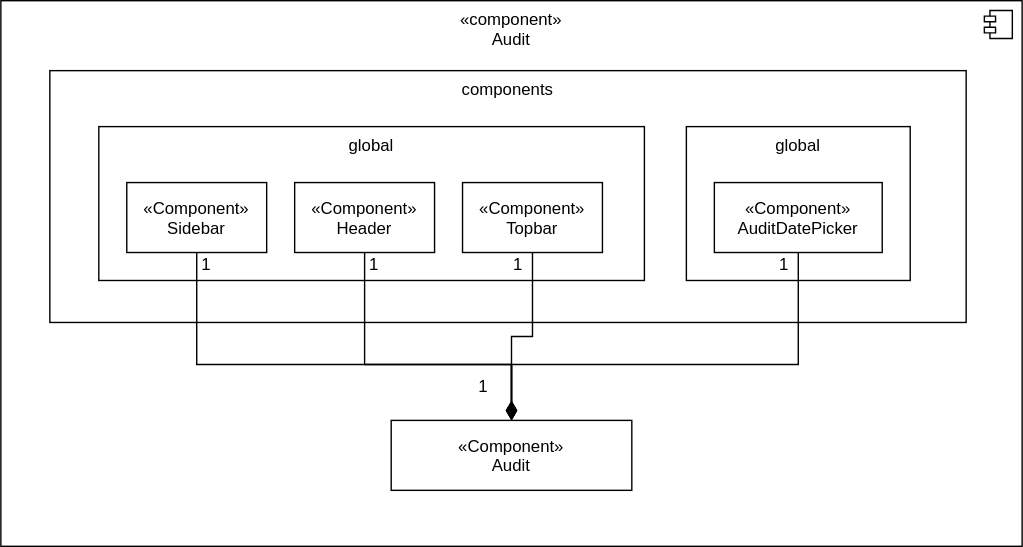
Above: src/template_thesis/diagrams/audit_browser/audit_browser_scenes_audit_class_diagram.drawio.svg in HaniAlshikh/bachelor-thesis (draw.io), before the change. Source tidied: cells renumbered, new cells last; positions are measured from the earlier drawing's top-left corner, leaving out a move shared by most shapes.
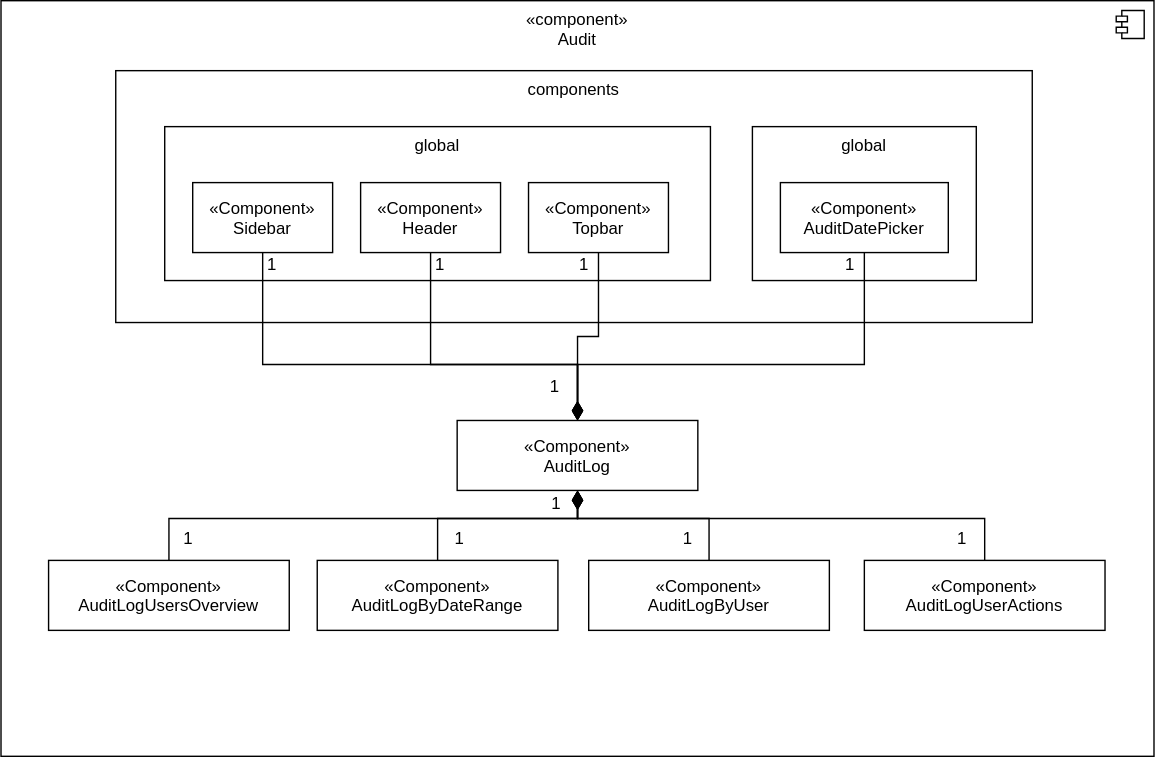
Above is the later version.

Commit message:
Add missing audit browser use-cases (#37)

Diff of the diagram source:
```diff
@@ -3,7 +3,7 @@
     <mxCell id="0" />
     <mxCell id="1" parent="0" />
     <mxCell id="2" value="«component»&#10;Audit&#10;" style="strokeWidth=1;align=center;verticalAlign=top;" parent="1" vertex="1">
-      <mxGeometry width="730" height="390" as="geometry" />
+      <mxGeometry x="-47" width="824" height="540" as="geometry" />
     </mxCell>
     <mxCell id="3" style="shape=module;jettyWidth=8;jettyHeight=4;strokeWidth=1;align=center;verticalAlign=middle;" parent="2" vertex="1">
       <mxGeometry x="1" width="20" height="20" relative="1" as="geometry">
@@ -58,11 +58,43 @@
         </Array>
       </mxGeometry>
     </mxCell>
+    <mxCell id="21" style="edgeStyle=orthogonalEdgeStyle;shape=connector;rounded=0;html=1;labelBackgroundColor=default;strokeColor=default;strokeWidth=1;fontFamily=Helvetica;fontSize=11;fontColor=default;startArrow=diamondThin;startFill=1;endArrow=none;endFill=0;startSize=11;endSize=6;" parent="1" edge="1" source="15" target="25">
+      <mxGeometry relative="1" as="geometry">
+        <Array as="points">
+          <mxPoint x="365" y="370" />
+          <mxPoint x="265" y="370" />
+        </Array>
+      </mxGeometry>
+    </mxCell>
+    <mxCell id="22" style="edgeStyle=orthogonalEdgeStyle;shape=connector;rounded=0;html=1;labelBackgroundColor=default;strokeColor=default;strokeWidth=1;fontFamily=Helvetica;fontSize=11;fontColor=default;startArrow=diamondThin;startFill=1;endArrow=none;endFill=0;startSize=11;endSize=6;" parent="1" edge="1" source="15" target="26">
+      <mxGeometry relative="1" as="geometry">
+        <Array as="points">
+          <mxPoint x="365" y="370" />
+          <mxPoint x="459" y="370" />
+        </Array>
+      </mxGeometry>
+    </mxCell>
+    <mxCell id="23" style="edgeStyle=orthogonalEdgeStyle;shape=connector;rounded=0;html=1;labelBackgroundColor=default;strokeColor=default;strokeWidth=1;fontFamily=Helvetica;fontSize=11;fontColor=default;startArrow=diamondThin;startFill=1;endArrow=none;endFill=0;startSize=11;endSize=6;" parent="1" edge="1" source="15" target="28">
+      <mxGeometry relative="1" as="geometry">
+        <Array as="points">
+          <mxPoint x="365" y="370" />
+          <mxPoint x="656" y="370" />
+        </Array>
+      </mxGeometry>
+    </mxCell>
+    <mxCell id="24" style="edgeStyle=orthogonalEdgeStyle;shape=connector;rounded=0;html=1;labelBackgroundColor=default;strokeColor=default;strokeWidth=1;fontFamily=Helvetica;fontSize=11;fontColor=default;startArrow=diamondThin;startFill=1;endArrow=none;endFill=0;startSize=11;endSize=6;" parent="1" edge="1" source="15" target="27">
+      <mxGeometry relative="1" as="geometry">
+        <Array as="points">
+          <mxPoint x="365" y="370" />
+          <mxPoint x="73" y="370" />
+        </Array>
+      </mxGeometry>
+    </mxCell>
-    <mxCell id="15" value="«Component»&#10;Audit" style="strokeWidth=1;" parent="1" vertex="1">
+    <mxCell id="15" value="«Component»&#10;AuditLog" style="strokeWidth=1;" parent="1" vertex="1">
       <mxGeometry x="279" y="300" width="172" height="50" as="geometry" />
     </mxCell>
     <mxCell id="16" value="1" style="text;align=center;verticalAlign=middle;strokeColor=none;fillColor=none;fontSize=12;fontFamily=Helvetica;fontColor=default;strokeWidth=1;" parent="1" vertex="1">
-      <mxGeometry x="330" y="260" width="30" height="30" as="geometry" />
+      <mxGeometry x="334" y="260" width="30" height="30" as="geometry" />
     </mxCell>
     <mxCell id="17" value="1" style="text;align=center;verticalAlign=middle;strokeColor=none;fillColor=none;fontSize=12;fontFamily=Helvetica;fontColor=default;strokeWidth=1;" parent="1" vertex="1">
       <mxGeometry x="132" y="173" width="30" height="30" as="geometry" />
@@ -76,5 +108,32 @@
     <mxCell id="20" value="1" style="text;align=center;verticalAlign=middle;strokeColor=none;fillColor=none;fontSize=12;fontFamily=Helvetica;fontColor=default;strokeWidth=1;" parent="1" vertex="1">
       <mxGeometry x="545" y="173" width="30" height="30" as="geometry" />
     </mxCell>
+    <mxCell id="25" value="«Component»&#10;AuditLogByDateRange" style="strokeWidth=1;" parent="1" vertex="1">
+      <mxGeometry x="179" y="400" width="172" height="50" as="geometry" />
+    </mxCell>
+    <mxCell id="26" value="«Component»&#10;AuditLogByUser" style="strokeWidth=1;" parent="1" vertex="1">
+      <mxGeometry x="373" y="400" width="172" height="50" as="geometry" />
+    </mxCell>
+    <mxCell id="27" value="«Component»&#10;AuditLogUsersOverview" style="strokeWidth=1;" parent="1" vertex="1">
+      <mxGeometry x="-13" y="400" width="172" height="50" as="geometry" />
+    </mxCell>
+    <mxCell id="28" value="«Component»&#10;AuditLogUserActions" style="strokeWidth=1;" parent="1" vertex="1">
+      <mxGeometry x="570" y="400" width="172" height="50" as="geometry" />
+    </mxCell>
+    <mxCell id="29" value="1" style="text;align=center;verticalAlign=middle;strokeColor=none;fillColor=none;fontSize=12;fontFamily=Helvetica;fontColor=default;strokeWidth=1;" parent="1" vertex="1">
+      <mxGeometry x="335" y="344" width="30" height="30" as="geometry" />
+    </mxCell>
+    <mxCell id="30" value="1" style="text;align=center;verticalAlign=middle;strokeColor=none;fillColor=none;fontSize=12;fontFamily=Helvetica;fontColor=default;strokeWidth=1;" parent="1" vertex="1">
+      <mxGeometry x="429" y="369" width="30" height="30" as="geometry" />
+    </mxCell>
+    <mxCell id="31" value="1" style="text;align=center;verticalAlign=middle;strokeColor=none;fillColor=none;fontSize=12;fontFamily=Helvetica;fontColor=default;strokeWidth=1;" parent="1" vertex="1">
+      <mxGeometry x="625" y="369" width="30" height="30" as="geometry" />
+    </mxCell>
+    <mxCell id="32" value="1" style="text;align=center;verticalAlign=middle;strokeColor=none;fillColor=none;fontSize=12;fontFamily=Helvetica;fontColor=default;strokeWidth=1;" parent="1" vertex="1">
+      <mxGeometry x="266" y="369" width="30" height="30" as="geometry" />
+    </mxCell>
+    <mxCell id="33" value="1" style="text;align=center;verticalAlign=middle;strokeColor=none;fillColor=none;fontSize=12;fontFamily=Helvetica;fontColor=default;strokeWidth=1;" parent="1" vertex="1">
+      <mxGeometry x="72" y="369" width="30" height="30" as="geometry" />
+    </mxCell>
   </root>
 </mxGraphModel>
```
